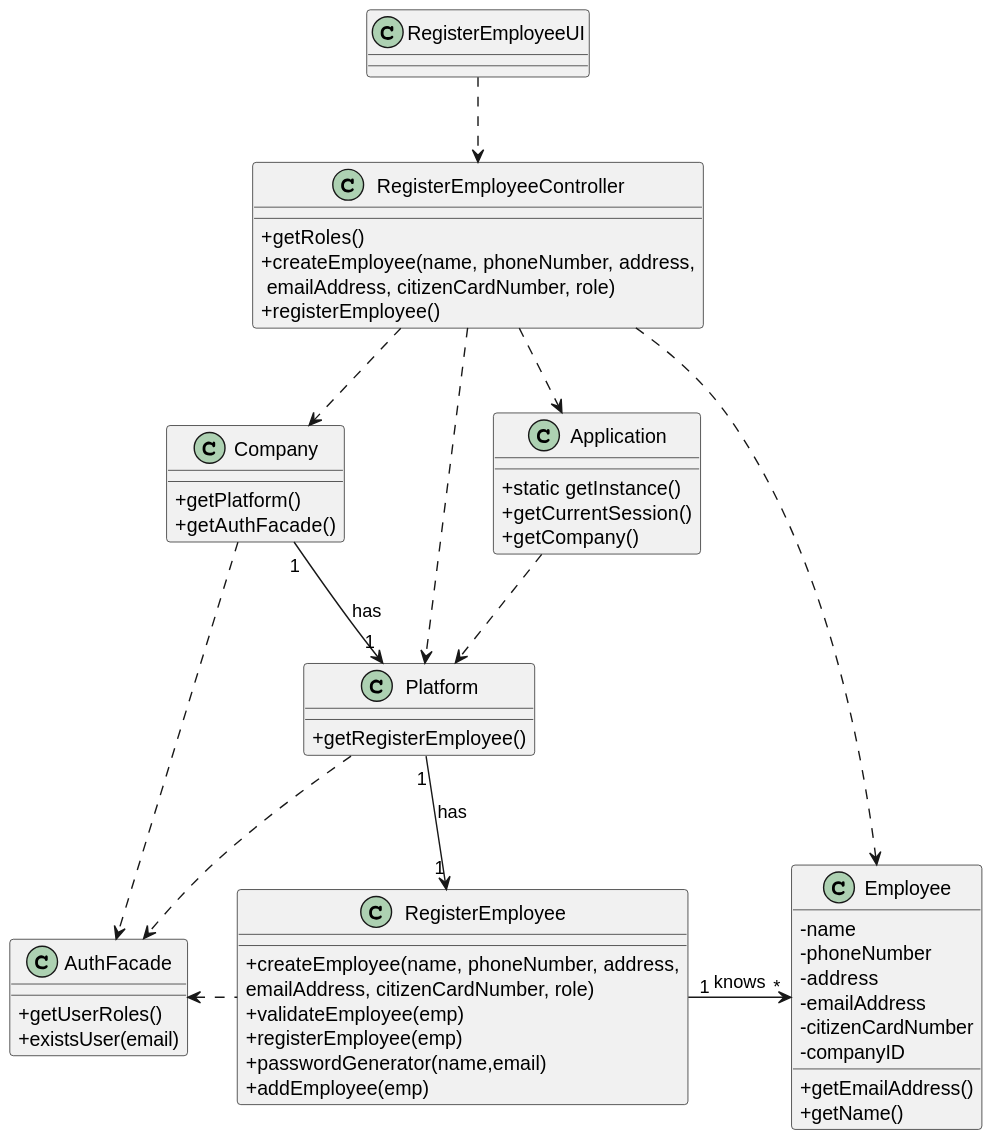
Above: docs/SprintB/UserStories/US10/US010_CD.svg in diogonapoles/isep-lapr2 (PlantUML), before the change.
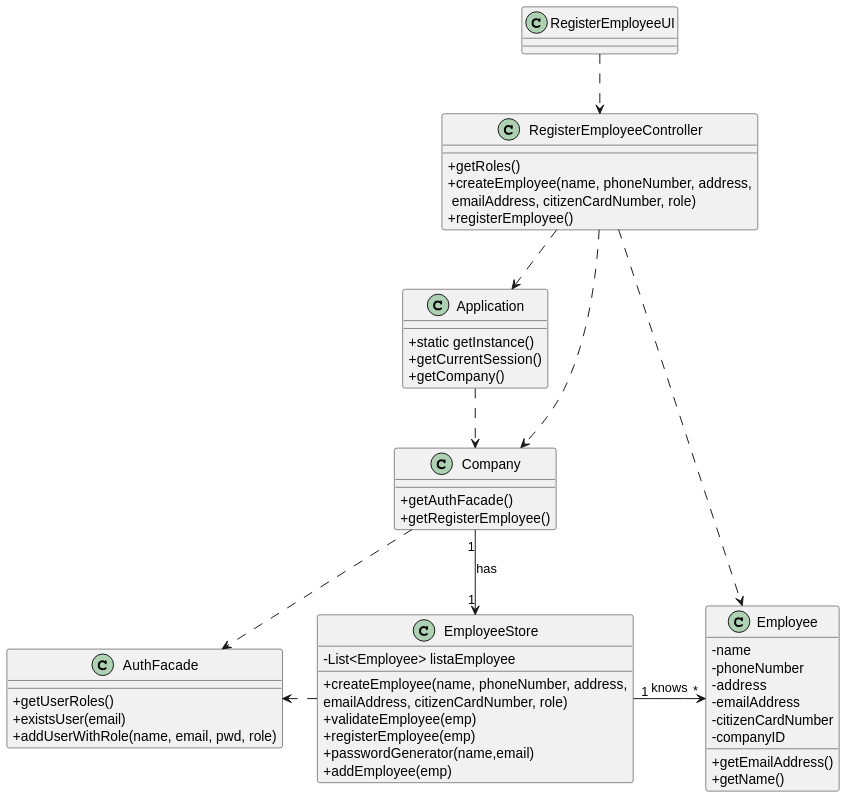
Above is the later version.

Diff of the diagram source:
```diff
@@ -8,7 +8,8 @@
 
 }
 
-class RegisterEmployee {
+class EmployeeStore {
+-List<Employee> listaEmployee
 +createEmployee(name, phoneNumber, address,\nemailAddress, citizenCardNumber, role)
 +validateEmployee(emp)
 +registerEmployee(emp)
@@ -29,15 +30,12 @@
 
 class Company {
 
-  +getPlatform()
   +getAuthFacade()
+  +getRegisterEmployee()
 
 }
 
-class Platform {
 
-  +getRegisterEmployee()
-}
 
 class RegisterEmployeeController {
 +getRoles()
@@ -53,20 +51,20 @@
 class AuthFacade{
 +getUserRoles()
 +existsUser(email)
++addUserWithRole(name, email, pwd, role)
 }
 
 RegisterEmployeeUI ..> RegisterEmployeeController
-RegisterEmployeeController ..> Platform
 RegisterEmployeeController ..> Employee
 RegisterEmployeeController ..> Company
 RegisterEmployeeController ..> Application
-RegisterEmployee "1" -> "*" Employee : knows
-Platform "1" --> "1" RegisterEmployee : has
-Company "1" --> "1" Platform : has
-Application ..> Platform
+Application ..> Company
+EmployeeStore "1" -> "*" Employee : knows
+Company "1" --> "1" EmployeeStore : has
+
 Company ..> AuthFacade
-Platform ..> AuthFacade
-RegisterEmployee .left.> AuthFacade
+
+EmployeeStore .left.> AuthFacade
 
 
 @enduml
```
